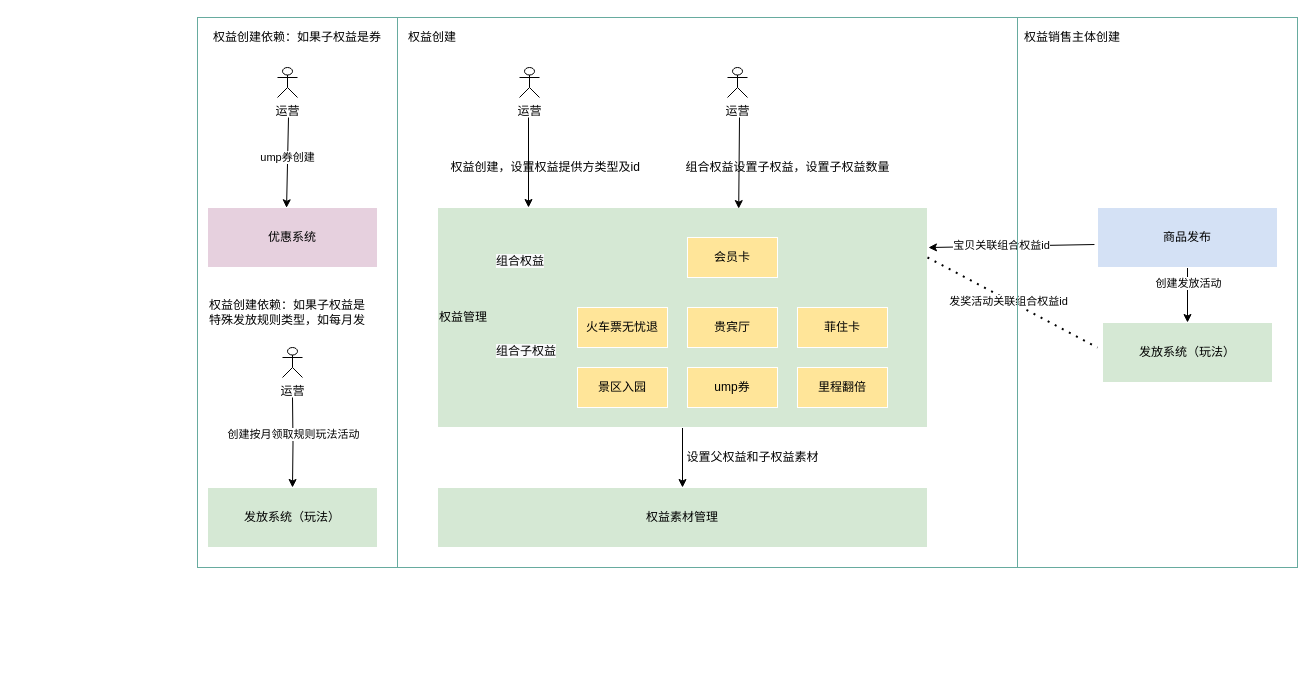
Above: page "会员创建流程" (2 of 4) of 付费权益.drawio in renqiuming/drawio (draw.io), before the change. Source tidied: cells renumbered, new cells numbered last; positions are measured from the earlier drawing's top-left corner, leaving out a move shared by most shapes. Both pictures are drawn from the tidied source at 100%, with x=0, y=0 at pixel (197, 17).
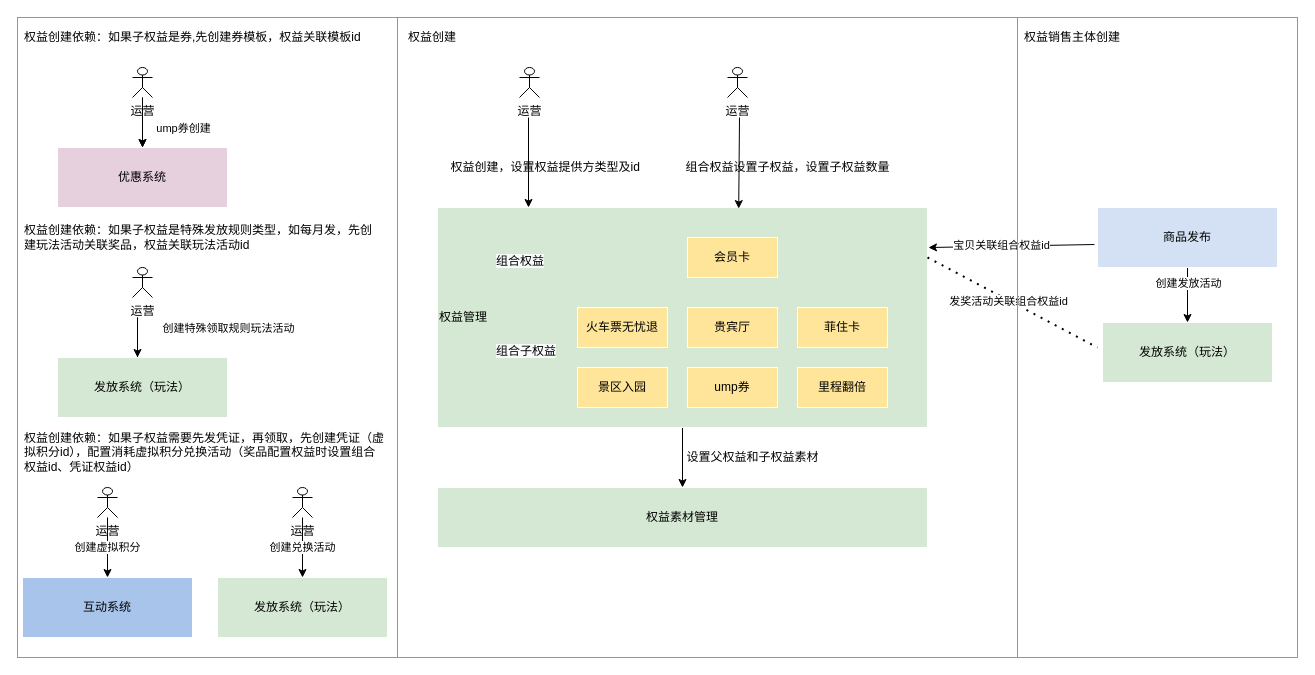
After the change.

What changed in the source:
```diff
@@
+    <mxCell id="40" style="rounded=0;whiteSpace=wrap;html=1;strokeColor=#67AB9F;fillColor=none;align=center;" parent="1" vertex="1">
+      <mxGeometry x="200" width="620" height="640" as="geometry" />
+    </mxCell>
     <mxCell id="2" style="rounded=0;whiteSpace=wrap;html=1;strokeColor=#67AB9F;fillColor=none;align=center;" parent="1" vertex="1">
-      <mxGeometry width="200" height="550" as="geometry" />
+      <mxGeometry x="-180" width="380" height="640" as="geometry" />
     </mxCell>
@@
+    <mxCell id="44" style="edgeStyle=orthogonalEdgeStyle;rounded=0;jettySize=auto;html=1;entryX=0.5;entryY=0;entryDx=0;entryDy=0;" parent="1" edge="1" source="25" target="28">
+      <mxGeometry relative="1" as="geometry" />
+    </mxCell>
+    <mxCell id="30" value="ump券创建" style="edgeLabel;html=1;align=center;verticalAlign=middle;" parent="44" vertex="1">
+      <mxGeometry x="0.2" y="3" relative="1" as="geometry">
+        <mxPoint x="37" as="offset" />
+      </mxGeometry>
+    </mxCell>
+    <mxCell id="45" style="edgeStyle=orthogonalEdgeStyle;rounded=0;jettySize=auto;html=1;" parent="1" edge="1" source="25" target="28">
+      <mxGeometry relative="1" as="geometry" />
+    </mxCell>
     <mxCell id="25" value="运营" style="shape=umlActor;verticalLabelPosition=bottom;verticalAlign=top;html=1;" parent="1" vertex="1">
-      <mxGeometry x="80" y="50" width="20" height="30" as="geometry" />
+      <mxGeometry x="-65" y="50" width="20" height="30" as="geometry" />
     </mxCell>
     <mxCell id="26" style="edgeStyle=orthogonalEdgeStyle;rounded=0;jettySize=auto;html=1;" parent="1" edge="1" target="31">
       <mxGeometry relative="1" as="geometry">
-        <mxPoint x="95" y="380" as="sourcePoint" />
+        <mxPoint x="-60" y="370" as="sourcePoint" />
+        <Array as="points">
+          <mxPoint x="-60" y="300" />
+          <mxPoint x="-60" y="300" />
+        </Array>
       </mxGeometry>
     </mxCell>
-    <mxCell id="27" value="创建按月领取规则玩法活动" style="edgeLabel;html=1;align=center;verticalAlign=middle;" parent="26" vertex="1">
+    <mxCell id="27" value="创建特殊领取规则玩法活动" style="edgeLabel;html=1;align=center;verticalAlign=middle;" parent="26" vertex="1">
       <mxGeometry x="-0.44" y="2" relative="1" as="geometry">
-        <mxPoint x="-2" y="12" as="offset" />
+        <mxPoint x="92" y="-29" as="offset" />
       </mxGeometry>
     </mxCell>
     <mxCell id="28" value="优惠系统" style="rounded=0;whiteSpace=wrap;html=1;strokeColor=#FFFFFF;fillColor=#E6D0DE;align=center;" parent="1" vertex="1">
-      <mxGeometry x="10" y="190" width="170" height="60" as="geometry" />
+      <mxGeometry x="-140" y="130" width="170" height="60" as="geometry" />
     </mxCell>
-    <mxCell id="29" style="endArrow=classic;html=1;entryX=0.465;entryY=0.005;entryDx=0;entryDy=0;entryPerimeter=0;" parent="1" edge="1" target="28">
-      <mxGeometry relative="1" as="geometry">
-        <mxPoint x="91" y="100" as="sourcePoint" />
-      </mxGeometry>
-    </mxCell>
-    <mxCell id="30" value="ump券创建" style="edgeLabel;html=1;align=center;verticalAlign=middle;" parent="29" vertex="1">
-      <mxGeometry x="-0.36" y="-1" relative="1" as="geometry">
-        <mxPoint y="11" as="offset" />
-      </mxGeometry>
-    </mxCell>
     <mxCell id="31" value="发放系统（玩法）" style="rounded=0;whiteSpace=wrap;html=1;strokeColor=#FFFFFF;fillColor=#D5E8D4;align=center;" parent="1" vertex="1">
-      <mxGeometry x="10" y="470" width="170" height="60" as="geometry" />
+      <mxGeometry x="-140" y="340" width="170" height="60" as="geometry" />
     </mxCell>
@@
-    <mxCell id="35" value="权益创建依赖：如果子权益是券" style="text;html=1;strokeColor=none;fillColor=none;align=center;verticalAlign=middle;whiteSpace=wrap;rounded=0;" parent="1" vertex="1">
-      <mxGeometry x="10" y="10" width="180" height="20" as="geometry" />
+    <mxCell id="35" value="权益创建依赖：如果子权益是券,先创建券模板，权益关联模板id" style="text;html=1;strokeColor=none;fillColor=none;align=left;verticalAlign=middle;whiteSpace=wrap;rounded=0;" parent="1" vertex="1">
+      <mxGeometry x="-175" y="5" width="365" height="30" as="geometry" />
     </mxCell>
@@
     <mxCell id="38" value="运营" style="shape=umlActor;verticalLabelPosition=bottom;verticalAlign=top;html=1;" parent="1" vertex="1">
-      <mxGeometry x="85" y="330" width="20" height="30" as="geometry" />
+      <mxGeometry x="-65" y="250" width="20" height="30" as="geometry" />
     </mxCell>
-    <mxCell id="39" value="权益创建依赖：如果子权益是特殊发放规则类型，如每月发" style="text;html=1;strokeColor=none;fillColor=none;align=center;verticalAlign=middle;whiteSpace=wrap;rounded=0;" parent="1" vertex="1">
-      <mxGeometry x="10" y="280" width="160" height="30" as="geometry" />
+    <mxCell id="39" value="权益创建依赖：如果子权益是特殊发放规则类型，如每月发，先创建玩法活动关联奖品，权益关联玩法活动id" style="text;html=1;strokeColor=none;fillColor=none;align=left;verticalAlign=middle;whiteSpace=wrap;rounded=0;" parent="1" vertex="1">
+      <mxGeometry x="-175" y="195" width="355" height="50" as="geometry" />
     </mxCell>
-    <mxCell id="40" style="rounded=0;whiteSpace=wrap;html=1;strokeColor=#67AB9F;fillColor=none;align=center;" parent="1" vertex="1">
-      <mxGeometry x="200" width="620" height="550" as="geometry" />
-    </mxCell>
@@
     <mxCell id="42" style="rounded=0;whiteSpace=wrap;html=1;strokeColor=#67AB9F;fillColor=none;align=center;" parent="1" vertex="1">
-      <mxGeometry x="820" width="280" height="550" as="geometry" />
+      <mxGeometry x="820" width="280" height="640" as="geometry" />
     </mxCell>
@@
+    <mxCell id="46" value="权益创建依赖：如果子权益需要先发凭证，再领取，先创建凭证（虚拟积分id），配置消耗虚拟积分兑换活动（奖品配置权益时设置组合权益id、凭证权益id）" style="text;html=1;strokeColor=none;fillColor=none;align=left;verticalAlign=middle;whiteSpace=wrap;rounded=0;" parent="1" vertex="1">
+      <mxGeometry x="-175" y="410" width="365" height="50" as="geometry" />
+    </mxCell>
+    <mxCell id="47" value="创建虚拟积分" style="edgeStyle=orthogonalEdgeStyle;rounded=0;jettySize=auto;html=1;entryX=0.5;entryY=0;entryDx=0;entryDy=0;" parent="1" edge="1" source="48" target="50">
+      <mxGeometry relative="1" as="geometry" />
+    </mxCell>
+    <mxCell id="48" value="运营" style="shape=umlActor;verticalLabelPosition=bottom;verticalAlign=top;html=1;" parent="1" vertex="1">
+      <mxGeometry x="-100" y="470" width="20" height="30" as="geometry" />
+    </mxCell>
+    <mxCell id="49" value="发放系统（玩法）" style="rounded=0;whiteSpace=wrap;html=1;strokeColor=#FFFFFF;fillColor=#D5E8D4;align=center;" parent="1" vertex="1">
+      <mxGeometry x="20" y="560" width="170" height="60" as="geometry" />
+    </mxCell>
+    <mxCell id="50" value="互动系统" style="rounded=0;whiteSpace=wrap;html=1;strokeColor=#FFFFFF;fillColor=#A9C4EB;align=center;" parent="1" vertex="1">
+      <mxGeometry x="-175" y="560" width="170" height="60" as="geometry" />
+    </mxCell>
+    <mxCell id="51" value="创建兑换活动" style="edgeStyle=orthogonalEdgeStyle;rounded=0;jettySize=auto;html=1;" parent="1" edge="1" source="52" target="49">
+      <mxGeometry relative="1" as="geometry" />
+    </mxCell>
+    <mxCell id="52" value="运营" style="shape=umlActor;verticalLabelPosition=bottom;verticalAlign=top;html=1;" parent="1" vertex="1">
+      <mxGeometry x="95" y="470" width="20" height="30" as="geometry" />
+    </mxCell>
```
